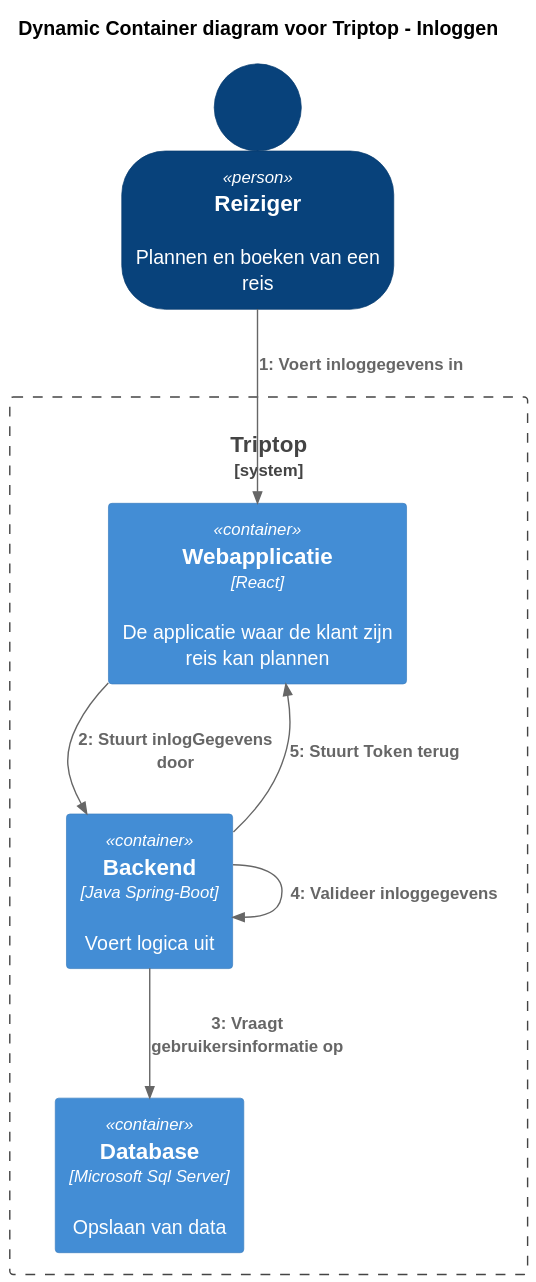
The PlantUML diagram c4 Dynamische container diagram inloggen-Dynamic_Container_diagram_voor_Triptop___Inloggen.svg in AIM-ENE-feb25/triptop-groep-tweeeeeeeeeeeeeeeeeeeeee, before a commit. Source of this version:
```plantuml
@startuml
!include https://raw.githubusercontent.com/plantuml-stdlib/C4-PlantUML/master/C4_Dynamic.puml

title Dynamic Container diagram voor Triptop - Inloggen
SHOW_PERSON_OUTLINE()
LAYOUT_TOP_DOWN()

Person(Reiziger, "Reiziger", "Plannen en boeken van een reis")

System_Boundary(s1, Triptop){
Container(webApp,"Webapplicatie","React", "De applicatie waar de klant zijn reis kan plannen")
Container(Backend, "Backend", "Java Spring-Boot", "Voert logica uit")
Container(Database, "Database", "Microsoft Sql Server", "Opslaan van data")
}



Rel(Reiziger, webApp, "Voert inloggegevens in")
Rel(webApp, Backend, "Stuurt inlogGegevens door")
Rel(Backend, Database, "Vraagt gebruikersinformatie op")
Rel(Backend, Backend, "Valideer inloggegevens")
Rel(Backend, webApp, "Stuurt Token terug")
@enduml
```
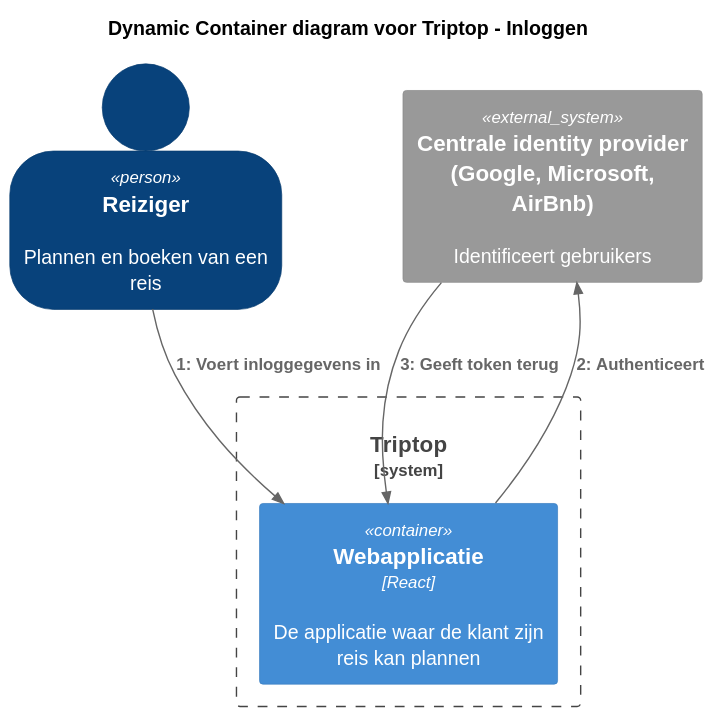
After the change.

Commit message:
c4 diagram backend

The edit, as a diff of the source:
```diff
@@ -9,15 +9,12 @@
 
 System_Boundary(s1, Triptop){
 Container(webApp,"Webapplicatie","React", "De applicatie waar de klant zijn reis kan plannen")
-Container(Backend, "Backend", "Java Spring-Boot", "Voert logica uit")
-Container(Database, "Database", "Microsoft Sql Server", "Opslaan van data")
 }
 
+System_Ext(centrale_identity_provider, "Centrale identity provider (Google, Microsoft, AirBnb)", "Identificeert gebruikers")
 
 
 Rel(Reiziger, webApp, "Voert inloggegevens in")
-Rel(webApp, Backend, "Stuurt inlogGegevens door")
-Rel(Backend, Database, "Vraagt gebruikersinformatie op")
-Rel(Backend, Backend, "Valideer inloggegevens")
-Rel(Backend, webApp, "Stuurt Token terug")
+Rel(webApp, centrale_identity_provider, "Authenticeert")
+Rel(centrale_identity_provider,webApp, "Geeft token terug")
 @enduml
```
